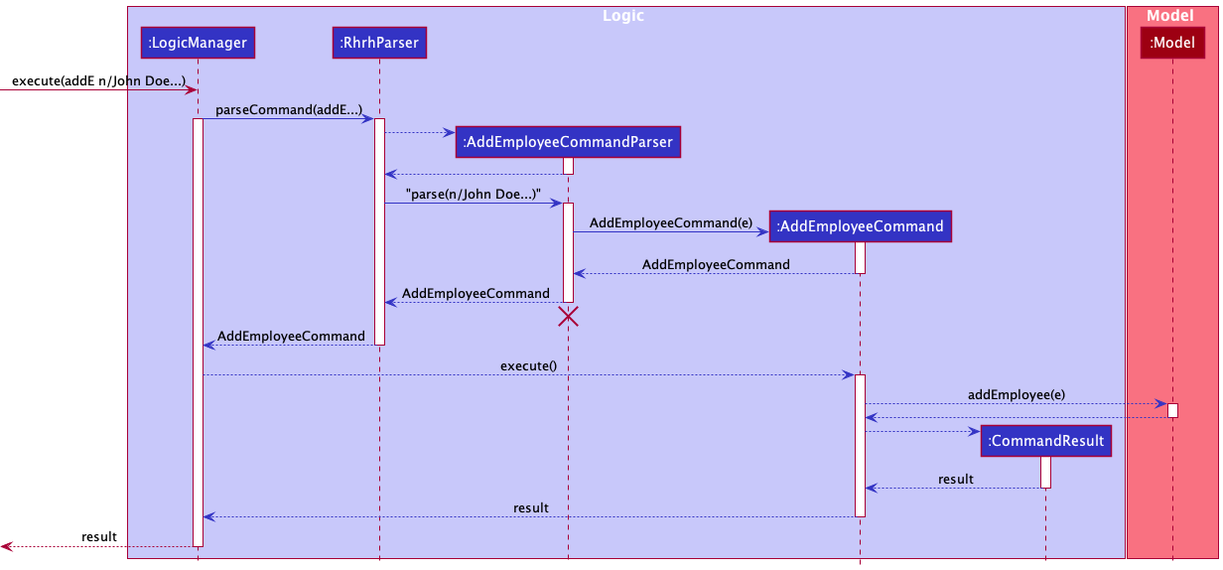
Before: docs/images/AddEmployeeCommandSequenceDiagram.png, a diagram exported from PlantUML (nus-cs2103-AY2122S1/tp).
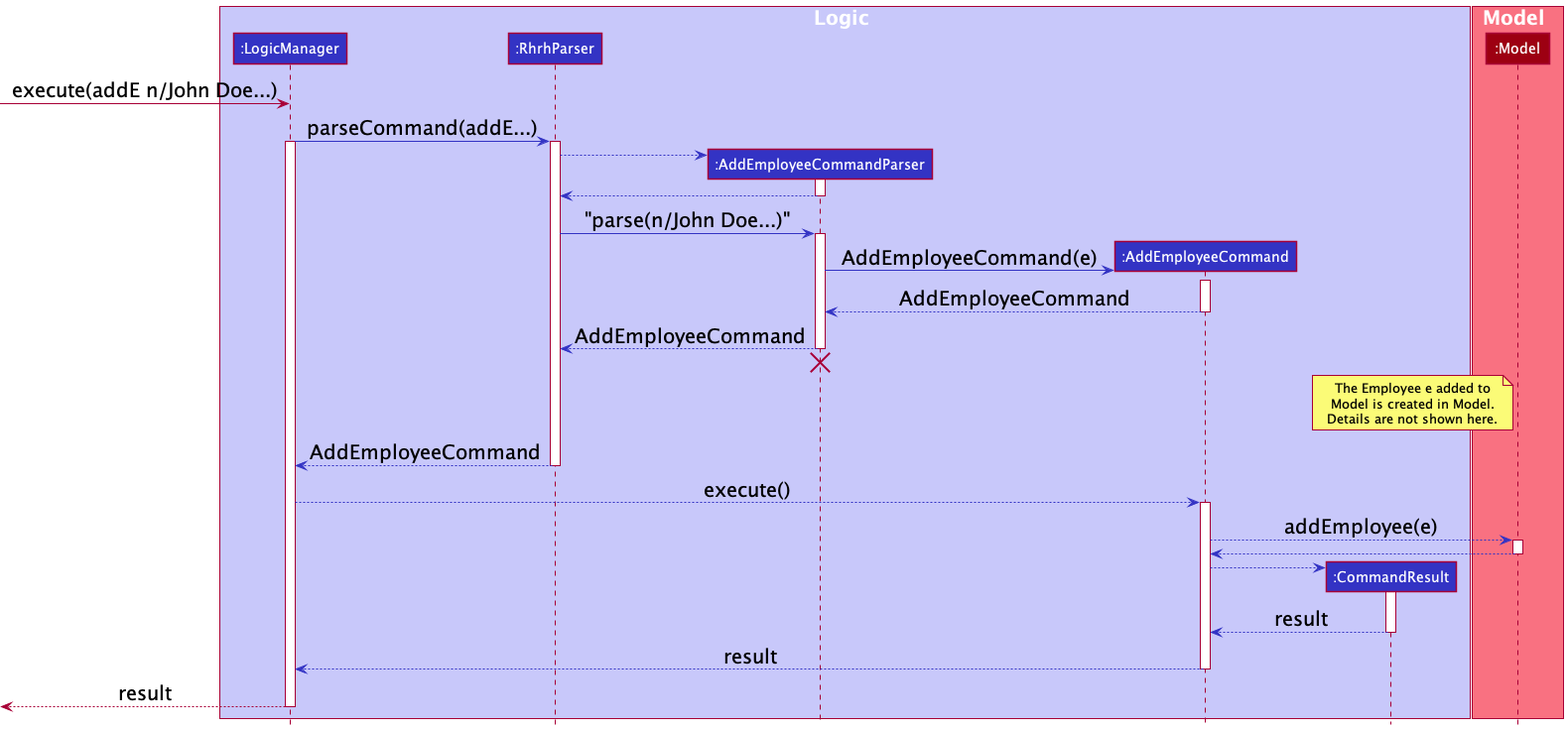
The same diagram one commit later.

What changed in the source:
```diff
@@ -42,6 +42,8 @@
 addEmployeeCommandParser -[hidden]-> rhrhParser
 destroy addEmployeeCommandParser
 
+note left of model : The Employee e added to\nModel is created in Model.\nDetails are not shown here.
+
 rhrhParser -[LOGIC_COLOR]-> logicManager : AddEmployeeCommand
 deactivate rhrhParser
 
```
